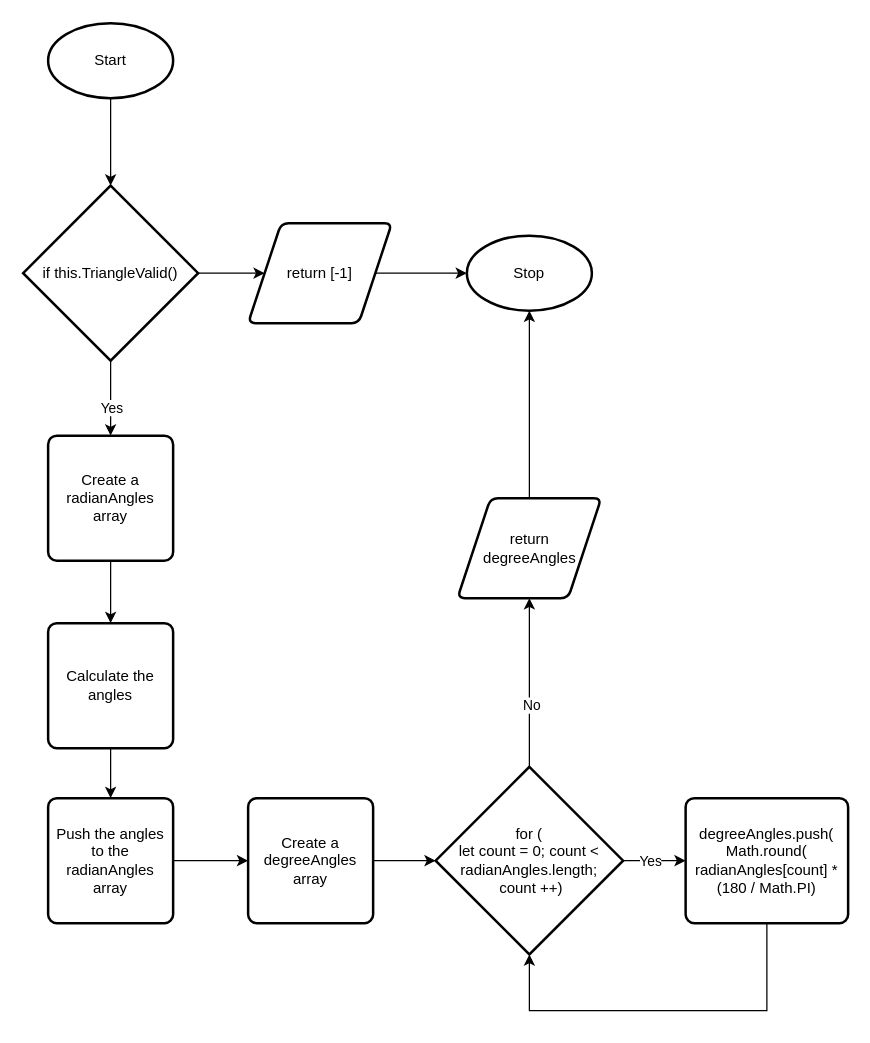
The draw.io diagram Design/Assignment3-getAngles.drawio in dbcalitis/ics4u-assignment3-typescript, before the edit. Source tidied: cells renumbered, new cells numbered last; positions are measured from the earlier drawing's top-left corner, leaving out a move shared by most shapes. Both pictures are drawn from the tidied source at 125%, with x=0, y=0 at pixel (22, 22).
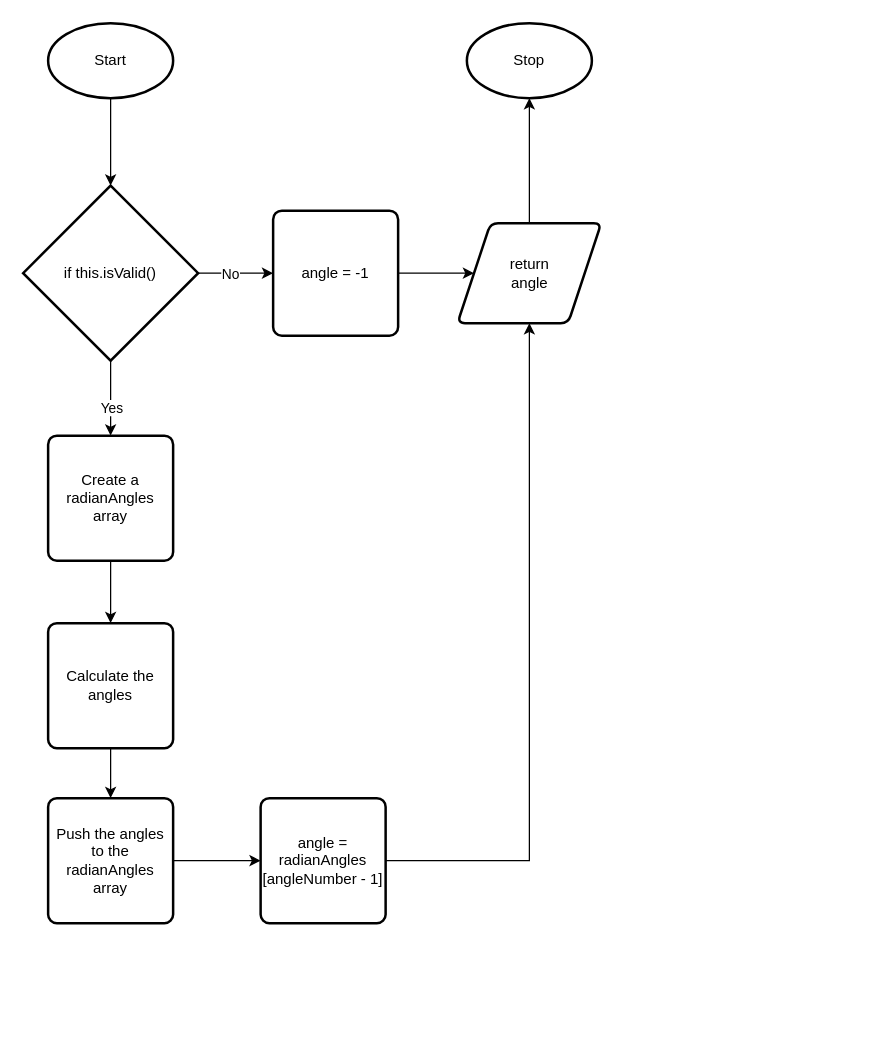
The same page after the edit.

The change refers to these unchanged cells:
```xml
<mxCell id="13" value="Push the angles to the radianAngles array" style="rounded=1;whiteSpace=wrap;html=1;absoluteArcSize=1;arcSize=14;strokeWidth=2;" parent="1" vertex="1">
  <mxGeometry x="20" y="620" width="100" height="100" as="geometry" />
</mxCell>
```

The edit, as a diff of the source:
```diff
@@
-    <mxCell id="6" style="edgeStyle=orthogonalEdgeStyle;rounded=0;html=1;exitX=1;exitY=0.5;exitDx=0;exitDy=0;exitPerimeter=0;entryX=0;entryY=0.5;entryDx=0;entryDy=0;" parent="1" edge="1" source="7" target="26">
-      <mxGeometry relative="1" as="geometry" />
-    </mxCell>
+    <mxCell id="28" style="edgeStyle=orthogonalEdgeStyle;rounded=0;html=1;exitX=1;exitY=0.5;exitDx=0;exitDy=0;exitPerimeter=0;entryX=0;entryY=0.5;entryDx=0;entryDy=0;" parent="1" edge="1" source="7" target="33">
+      <mxGeometry relative="1" as="geometry" />
+    </mxCell>
+    <mxCell id="17" value="No" style="edgeLabel;html=1;align=center;verticalAlign=middle;" parent="28" vertex="1">
+      <mxGeometry x="-0.18" relative="1" as="geometry" />
+    </mxCell>
-    <mxCell id="7" value="if this.TriangleValid()" style="strokeWidth=2;html=1;shape=mxgraph.flowchart.decision;whiteSpace=wrap;" parent="1" vertex="1">
+    <mxCell id="7" value="if this.isValid()" style="strokeWidth=2;html=1;shape=mxgraph.flowchart.decision;whiteSpace=wrap;" parent="1" vertex="1">
       <mxGeometry y="130" width="140" height="140" as="geometry" />
     </mxCell>
@@
-    <mxCell id="12" style="edgeStyle=orthogonalEdgeStyle;rounded=0;html=1;exitX=1;exitY=0.5;exitDx=0;exitDy=0;entryX=0;entryY=0.5;entryDx=0;entryDy=0;" parent="1" edge="1" source="13" target="20">
-      <mxGeometry relative="1" as="geometry" />
-    </mxCell>
+    <mxCell id="29" style="edgeStyle=none;html=1;exitX=1;exitY=0.5;exitDx=0;exitDy=0;entryX=0;entryY=0.5;entryDx=0;entryDy=0;rounded=0;" parent="1" edge="1" source="13" target="31">
+      <mxGeometry relative="1" as="geometry" />
+    </mxCell>
@@
-    <mxCell id="14" style="edgeStyle=orthogonalEdgeStyle;rounded=0;html=1;exitX=1;exitY=0.5;exitDx=0;exitDy=0;exitPerimeter=0;" parent="1" edge="1" source="18" target="22">
-      <mxGeometry relative="1" as="geometry" />
-    </mxCell>
-    <mxCell id="15" value="Yes" style="edgeLabel;html=1;align=center;verticalAlign=middle;" parent="14" vertex="1">
-      <mxGeometry x="-0.18" relative="1" as="geometry" />
-    </mxCell>
-    <mxCell id="16" style="edgeStyle=orthogonalEdgeStyle;rounded=0;html=1;exitX=0.5;exitY=0;exitDx=0;exitDy=0;exitPerimeter=0;entryX=0.5;entryY=1;entryDx=0;entryDy=0;" parent="1" edge="1" source="18" target="24">
-      <mxGeometry relative="1" as="geometry" />
-    </mxCell>
-    <mxCell id="17" value="No" style="edgeLabel;html=1;align=center;verticalAlign=middle;" parent="16" vertex="1">
-      <mxGeometry x="-0.26" y="-1" relative="1" as="geometry" />
-    </mxCell>
-    <mxCell id="18" value="for (&lt;br&gt;let count = 0; count &amp;lt; radianAngles.length;&lt;br&gt;&amp;nbsp;count ++)" style="strokeWidth=2;html=1;shape=mxgraph.flowchart.decision;whiteSpace=wrap;" parent="1" vertex="1">
-      <mxGeometry x="330" y="595" width="150" height="150" as="geometry" />
-    </mxCell>
-    <mxCell id="19" style="edgeStyle=orthogonalEdgeStyle;rounded=0;html=1;exitX=1;exitY=0.5;exitDx=0;exitDy=0;entryX=0;entryY=0.5;entryDx=0;entryDy=0;entryPerimeter=0;" parent="1" edge="1" source="20" target="18">
-      <mxGeometry relative="1" as="geometry" />
-    </mxCell>
-    <mxCell id="20" value="Create a degreeAngles array" style="rounded=1;whiteSpace=wrap;html=1;absoluteArcSize=1;arcSize=14;strokeWidth=2;" parent="1" vertex="1">
-      <mxGeometry x="180" y="620" width="100" height="100" as="geometry" />
-    </mxCell>
-    <mxCell id="21" style="edgeStyle=orthogonalEdgeStyle;rounded=0;html=1;exitX=0.5;exitY=1;exitDx=0;exitDy=0;entryX=0.5;entryY=1;entryDx=0;entryDy=0;entryPerimeter=0;" parent="1" edge="1" source="22" target="18">
-      <mxGeometry relative="1" as="geometry">
-        <Array as="points">
-          <mxPoint x="595" y="790" />
-          <mxPoint x="405" y="790" />
-        </Array>
-      </mxGeometry>
-    </mxCell>
-    <mxCell id="22" value="degreeAngles.push(&lt;br&gt;Math.round(&lt;br&gt;radianAngles[count] * (180 / Math.PI)" style="rounded=1;whiteSpace=wrap;html=1;absoluteArcSize=1;arcSize=14;strokeWidth=2;" parent="1" vertex="1">
-      <mxGeometry x="530" y="620" width="130" height="100" as="geometry" />
-    </mxCell>
@@
-    <mxCell id="24" value="return &lt;br&gt;degreeAngles" style="shape=parallelogram;html=1;strokeWidth=2;perimeter=parallelogramPerimeter;whiteSpace=wrap;rounded=1;arcSize=12;size=0.23;" parent="1" vertex="1">
-      <mxGeometry x="347.5" y="380" width="115" height="80" as="geometry" />
+    <mxCell id="24" value="return &lt;br&gt;angle" style="shape=parallelogram;html=1;strokeWidth=2;perimeter=parallelogramPerimeter;whiteSpace=wrap;rounded=1;arcSize=12;size=0.23;" parent="1" vertex="1">
+      <mxGeometry x="347.5" y="160" width="115" height="80" as="geometry" />
     </mxCell>
-    <mxCell id="25" style="edgeStyle=orthogonalEdgeStyle;rounded=0;html=1;exitX=1;exitY=0.5;exitDx=0;exitDy=0;entryX=0;entryY=0.5;entryDx=0;entryDy=0;entryPerimeter=0;" parent="1" edge="1" source="26" target="27">
-      <mxGeometry relative="1" as="geometry" />
-    </mxCell>
-    <mxCell id="26" value="return [-1]" style="shape=parallelogram;html=1;strokeWidth=2;perimeter=parallelogramPerimeter;whiteSpace=wrap;rounded=1;arcSize=12;size=0.23;" parent="1" vertex="1">
-      <mxGeometry x="180" y="160" width="115" height="80" as="geometry" />
-    </mxCell>
     <mxCell id="27" value="Stop" style="strokeWidth=2;html=1;shape=mxgraph.flowchart.start_1;whiteSpace=wrap;" parent="1" vertex="1">
-      <mxGeometry x="355" y="170" width="100" height="60" as="geometry" />
+      <mxGeometry x="355" width="100" height="60" as="geometry" />
     </mxCell>
+    <mxCell id="30" style="edgeStyle=orthogonalEdgeStyle;rounded=0;html=1;exitX=1;exitY=0.5;exitDx=0;exitDy=0;entryX=0.5;entryY=1;entryDx=0;entryDy=0;" parent="1" edge="1" source="31" target="24">
+      <mxGeometry relative="1" as="geometry" />
+    </mxCell>
+    <mxCell id="31" value="angle = radianAngles&lt;br&gt;[angleNumber - 1]" style="rounded=1;whiteSpace=wrap;html=1;absoluteArcSize=1;arcSize=14;strokeWidth=2;" parent="1" vertex="1">
+      <mxGeometry x="190" y="620" width="100" height="100" as="geometry" />
+    </mxCell>
+    <mxCell id="32" style="edgeStyle=orthogonalEdgeStyle;rounded=0;html=1;exitX=1;exitY=0.5;exitDx=0;exitDy=0;entryX=0;entryY=0.5;entryDx=0;entryDy=0;" parent="1" edge="1" source="33" target="24">
+      <mxGeometry relative="1" as="geometry" />
+    </mxCell>
+    <mxCell id="33" value="angle = -1" style="rounded=1;whiteSpace=wrap;html=1;absoluteArcSize=1;arcSize=14;strokeWidth=2;" parent="1" vertex="1">
+      <mxGeometry x="200" y="150" width="100" height="100" as="geometry" />
+    </mxCell>
```
